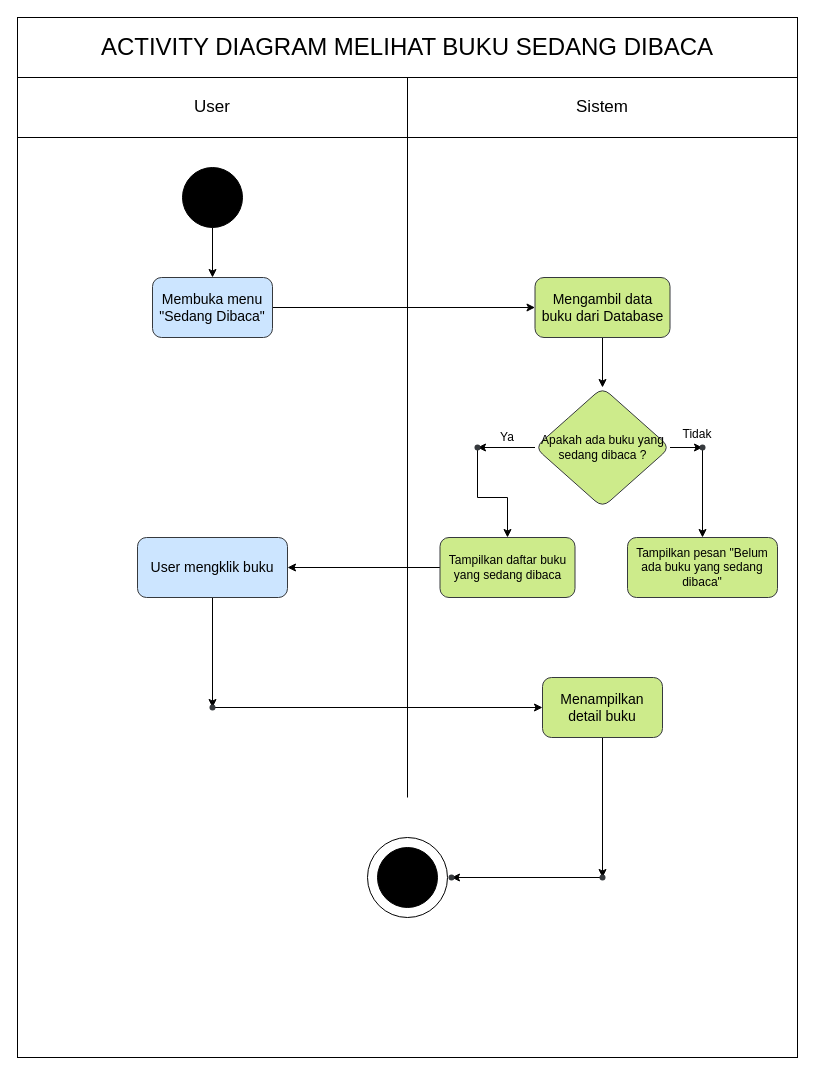
This is UML/ACTIVITY DIAGRAM/MELIHAT_BUKU_SEDANG_DIBACA.drawio from dandyramadhan/kel4_RPL_R7P, a draw.io file, before an edit. Source tidied: cells renumbered, new cells numbered last; positions are measured from the earlier drawing's top-left corner, leaving out a move shared by most shapes. Both pictures are drawn from the tidied source at 100%, with x=0, y=0 at pixel (17, 17).
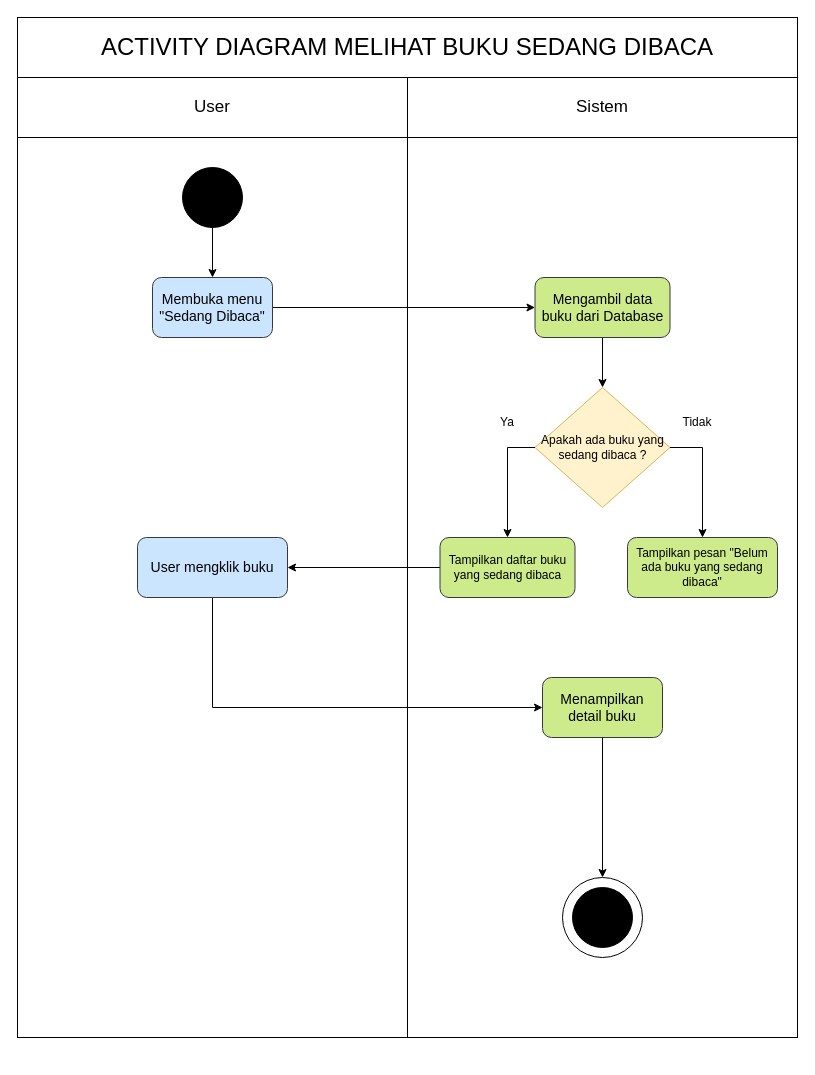
Above is the later version.

Commit message (it also covers changes not shown here):
activity diagram mengubah data buku

Unchanged cells that the change refers to:
```xml
<mxCell id="5" value="&lt;font style=&quot;font-size: 17px;&quot;&gt;Sistem&lt;/font&gt;" style="rounded=0;whiteSpace=wrap;html=1;" parent="1" vertex="1">
  <mxGeometry x="390" y="60" width="390" height="60" as="geometry" />
</mxCell>
<mxCell id="18" value="Tampilkan pesan &quot;Belum ada buku yang sedang dibaca&quot;" style="whiteSpace=wrap;html=1;fillColor=#cdeb8b;strokeColor=#36393d;sketch=0;rounded=1;roundedPerimeter=1;" parent="1" vertex="1">
  <mxGeometry x="610" y="520" width="150" height="60" as="geometry" />
</mxCell>
<mxCell id="22" value="Tampilkan daftar buku yang sedang dibaca" style="whiteSpace=wrap;html=1;fillColor=#cdeb8b;strokeColor=#36393d;sketch=0;rounded=1;roundedPerimeter=1;" parent="1" vertex="1">
  <mxGeometry x="422.5" y="520" width="135" height="60" as="geometry" />
</mxCell>
<mxCell id="26" value="&lt;font style=&quot;font-size: 14px;&quot;&gt;User mengklik buku&lt;/font&gt;" style="whiteSpace=wrap;html=1;fillColor=#cce5ff;strokeColor=#36393d;sketch=0;rounded=1;roundedPerimeter=1;" parent="1" vertex="1">
  <mxGeometry x="120" y="520" width="150" height="60" as="geometry" />
</mxCell>
<mxCell id="30" value="&lt;font style=&quot;font-size: 14px;&quot;&gt;Menampilkan detail buku&lt;/font&gt;" style="whiteSpace=wrap;html=1;fillColor=#cdeb8b;strokeColor=#36393d;sketch=0;rounded=1;roundedPerimeter=1;" parent="1" vertex="1">
  <mxGeometry x="525" y="660" width="120" height="60" as="geometry" />
</mxCell>
<mxCell id="32" style="ellipse;whiteSpace=wrap;html=1;shapeInside=1;" parent="31" vertex="1">
  <mxGeometry width="80" height="80" as="geometry" />
</mxCell>
```

Change to the diagram source:
```diff
@@
     <mxCell id="2" style="rounded=0;whiteSpace=wrap;html=1;" parent="1" vertex="1">
-      <mxGeometry width="780" height="1040" as="geometry" />
+      <mxGeometry y="30" width="780" height="990" as="geometry" />
     </mxCell>
@@
-    <mxCell id="6" style="endArrow=none;html=1;rounded=0;entryX=0;entryY=1;entryDx=0;entryDy=0;" parent="1" edge="1" target="5">
-      <mxGeometry relative="1" as="geometry">
-        <mxPoint x="390" y="780" as="sourcePoint" />
-      </mxGeometry>
+    <mxCell id="6" style="endArrow=none;html=1;rounded=0;entryX=0;entryY=1;entryDx=0;entryDy=0;exitX=0.5;exitY=1;exitDx=0;exitDy=0;" parent="1" edge="1" source="2" target="5">
+      <mxGeometry relative="1" as="geometry" />
     </mxCell>
@@
-    <mxCell id="13" style="edgeStyle=orthogonalEdgeStyle;rounded=0;jettySize=auto;html=1;" parent="1" edge="1" source="15" target="17">
-      <mxGeometry relative="1" as="geometry" />
-    </mxCell>
-    <mxCell id="14" style="edgeStyle=orthogonalEdgeStyle;rounded=0;jettySize=auto;html=1;" parent="1" edge="1" source="15" target="20">
-      <mxGeometry relative="1" as="geometry" />
-    </mxCell>
-    <mxCell id="15" value="Apakah ada buku yang sedang dibaca ?" style="rhombus;whiteSpace=wrap;html=1;shapeInside=1;fillColor=#cdeb8b;strokeColor=#36393d;rounded=1;roundedPerimeter=1;" parent="1" vertex="1">
+    <mxCell id="15" value="Apakah ada buku yang sedang dibaca ?" style="rhombus;whiteSpace=wrap;html=1;shapeInside=1;fillColor=#fff2cc;strokeColor=#d6b656;rounded=0;roundedPerimeter=1;" parent="1" vertex="1">
       <mxGeometry x="517.5" y="370" width="135" height="120" as="geometry" />
     </mxCell>
-    <mxCell id="16" style="edgeStyle=orthogonalEdgeStyle;rounded=0;jettySize=auto;html=1;" parent="1" edge="1" source="17" target="18">
+    <mxCell id="16" style="edgeStyle=orthogonalEdgeStyle;rounded=0;jettySize=auto;html=1;exitX=1;exitY=0.5;exitDx=0;exitDy=0;" parent="1" edge="1" source="15" target="18">
       <mxGeometry relative="1" as="geometry" />
     </mxCell>
-    <mxCell id="17" style="shape=waypoint;sketch=0;size=6;points=[];fillColor=#cdeb8b;perimeter=centerPerimeter;snapToPoint=1;strokeColor=#36393d;rounded=1;roundedPerimeter=1;" parent="1" vertex="1">
-      <mxGeometry x="675" y="420" width="20" height="20" as="geometry" />
-    </mxCell>
@@
-    <mxCell id="19" style="edgeStyle=orthogonalEdgeStyle;rounded=0;jettySize=auto;html=1;" parent="1" edge="1" source="20" target="22">
+    <mxCell id="19" style="edgeStyle=orthogonalEdgeStyle;rounded=0;jettySize=auto;html=1;exitX=0;exitY=0.5;exitDx=0;exitDy=0;" parent="1" edge="1" source="15" target="22">
       <mxGeometry relative="1" as="geometry" />
     </mxCell>
-    <mxCell id="20" style="shape=waypoint;sketch=0;size=6;points=[];fillColor=#cdeb8b;perimeter=centerPerimeter;snapToPoint=1;strokeColor=#36393d;rounded=1;roundedPerimeter=1;" parent="1" vertex="1">
-      <mxGeometry x="450" y="420" width="20" height="20" as="geometry" />
-    </mxCell>
@@
     <mxCell id="23" value="Tidak" style="text;html=1;whiteSpace=wrap;strokeColor=none;fillColor=none;align=center;verticalAlign=middle;rounded=0;" parent="1" vertex="1">
-      <mxGeometry x="650" y="402" width="60" height="30" as="geometry" />
+      <mxGeometry x="650" y="390" width="60" height="30" as="geometry" />
     </mxCell>
     <mxCell id="24" value="Ya" style="text;html=1;whiteSpace=wrap;strokeColor=none;fillColor=none;align=center;verticalAlign=middle;rounded=0;" parent="1" vertex="1">
-      <mxGeometry x="460" y="405" width="60" height="30" as="geometry" />
+      <mxGeometry x="460" y="390" width="60" height="30" as="geometry" />
     </mxCell>
-    <mxCell id="25" style="edgeStyle=orthogonalEdgeStyle;rounded=0;jettySize=auto;html=1;" parent="1" edge="1" source="26" target="28">
-      <mxGeometry relative="1" as="geometry" />
+    <mxCell id="25" style="edgeStyle=orthogonalEdgeStyle;rounded=0;jettySize=auto;html=1;entryX=0;entryY=0.5;entryDx=0;entryDy=0;exitX=0.5;exitY=1;exitDx=0;exitDy=0;" parent="1" edge="1" source="26" target="30">
+      <mxGeometry relative="1" as="geometry">
+        <Array as="points">
+          <mxPoint x="195" y="690" />
+        </Array>
+      </mxGeometry>
     </mxCell>
@@
-    <mxCell id="27" style="edgeStyle=orthogonalEdgeStyle;rounded=0;jettySize=auto;html=1;" parent="1" edge="1" source="28" target="30">
-      <mxGeometry relative="1" as="geometry" />
-    </mxCell>
-    <mxCell id="28" style="shape=waypoint;sketch=0;size=6;points=[];fillColor=#cce5ff;perimeter=centerPerimeter;snapToPoint=1;strokeColor=#36393d;rounded=1;roundedPerimeter=1;" parent="1" vertex="1">
-      <mxGeometry x="185" y="680" width="20" height="20" as="geometry" />
-    </mxCell>
-    <mxCell id="29" style="edgeStyle=orthogonalEdgeStyle;rounded=0;jettySize=auto;html=1;" parent="1" edge="1" source="30" target="35">
-      <mxGeometry relative="1" as="geometry" />
-    </mxCell>
@@
     <mxCell id="31" style="group;" parent="1" vertex="1">
-      <mxGeometry x="350" y="820" width="80" height="80" as="geometry" />
+      <mxGeometry x="545" y="860" width="80" height="80" as="geometry" />
     </mxCell>
@@
-    <mxCell id="34" style="edgeStyle=orthogonalEdgeStyle;rounded=0;jettySize=auto;html=1;" parent="1" edge="1" source="35" target="36">
-      <mxGeometry relative="1" as="geometry" />
+    <mxCell id="34" style="edgeStyle=orthogonalEdgeStyle;rounded=0;jettySize=auto;html=1;exitX=0.5;exitY=1;exitDx=0;exitDy=0;entryX=0.5;entryY=0;entryDx=0;entryDy=0;" parent="1" edge="1" source="30" target="32">
+      <mxGeometry relative="1" as="geometry">
+        <Array as="points">
+          <mxPoint x="585" y="860" />
+        </Array>
+      </mxGeometry>
     </mxCell>
-    <mxCell id="35" style="shape=waypoint;sketch=0;size=6;points=[];fillColor=#cdeb8b;perimeter=centerPerimeter;snapToPoint=1;strokeColor=#36393d;rounded=1;roundedPerimeter=1;" parent="1" vertex="1">
-      <mxGeometry x="575" y="850" width="20" height="20" as="geometry" />
-    </mxCell>
-    <mxCell id="36" style="shape=waypoint;sketch=0;size=6;points=[];fillColor=#cdeb8b;perimeter=centerPerimeter;snapToPoint=1;strokeColor=#36393d;rounded=1;roundedPerimeter=1;" parent="1" vertex="1">
-      <mxGeometry x="424" y="850" width="20" height="20" as="geometry" />
-    </mxCell>
```
